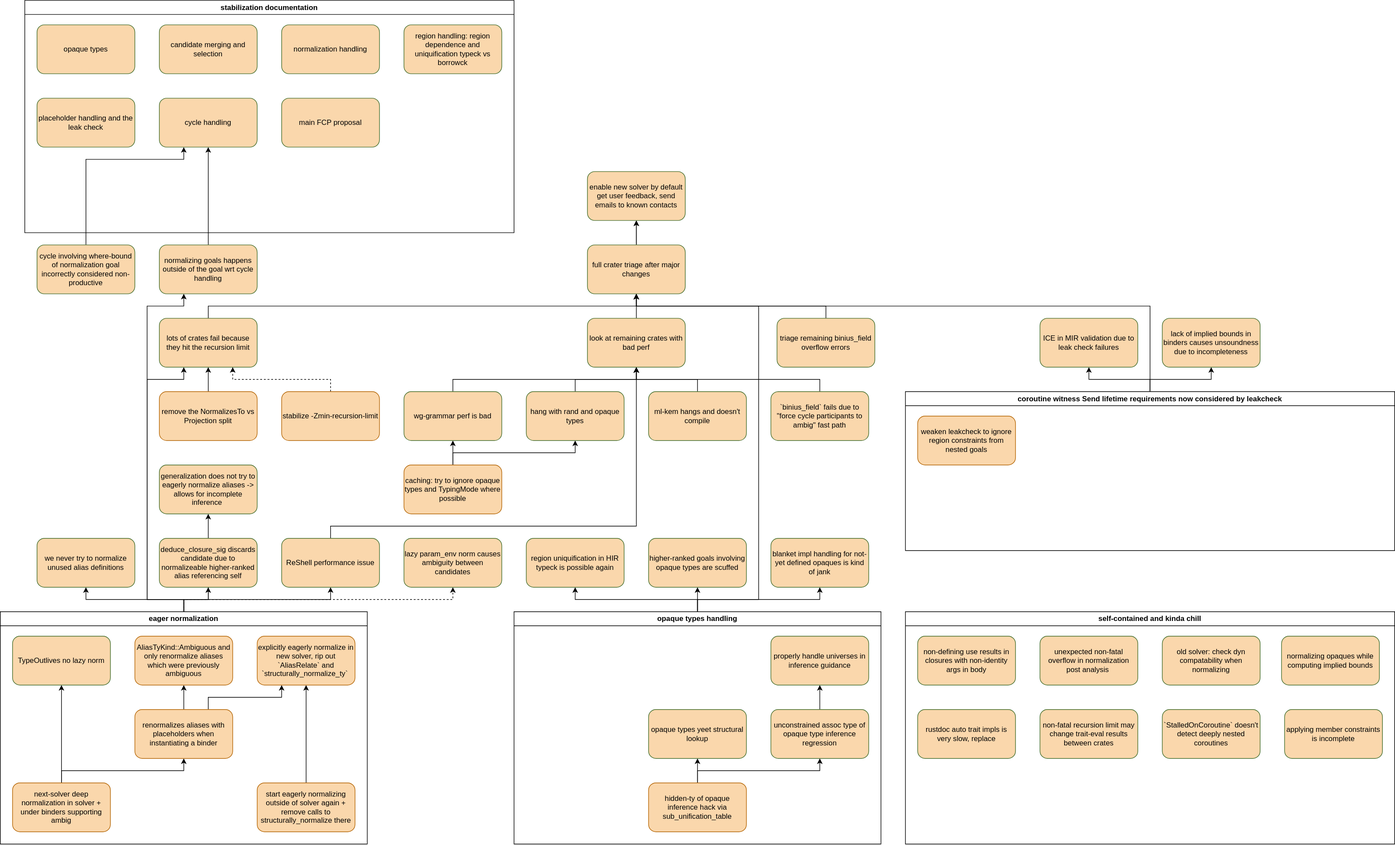
This is next-solver.svg from hexcatnl/roadmap, a draw.io export, as it was before one commit. Source tidied: cells renumbered, new cells last; positions are measured from the earlier drawing's top-left corner, leaving out a move shared by most shapes.
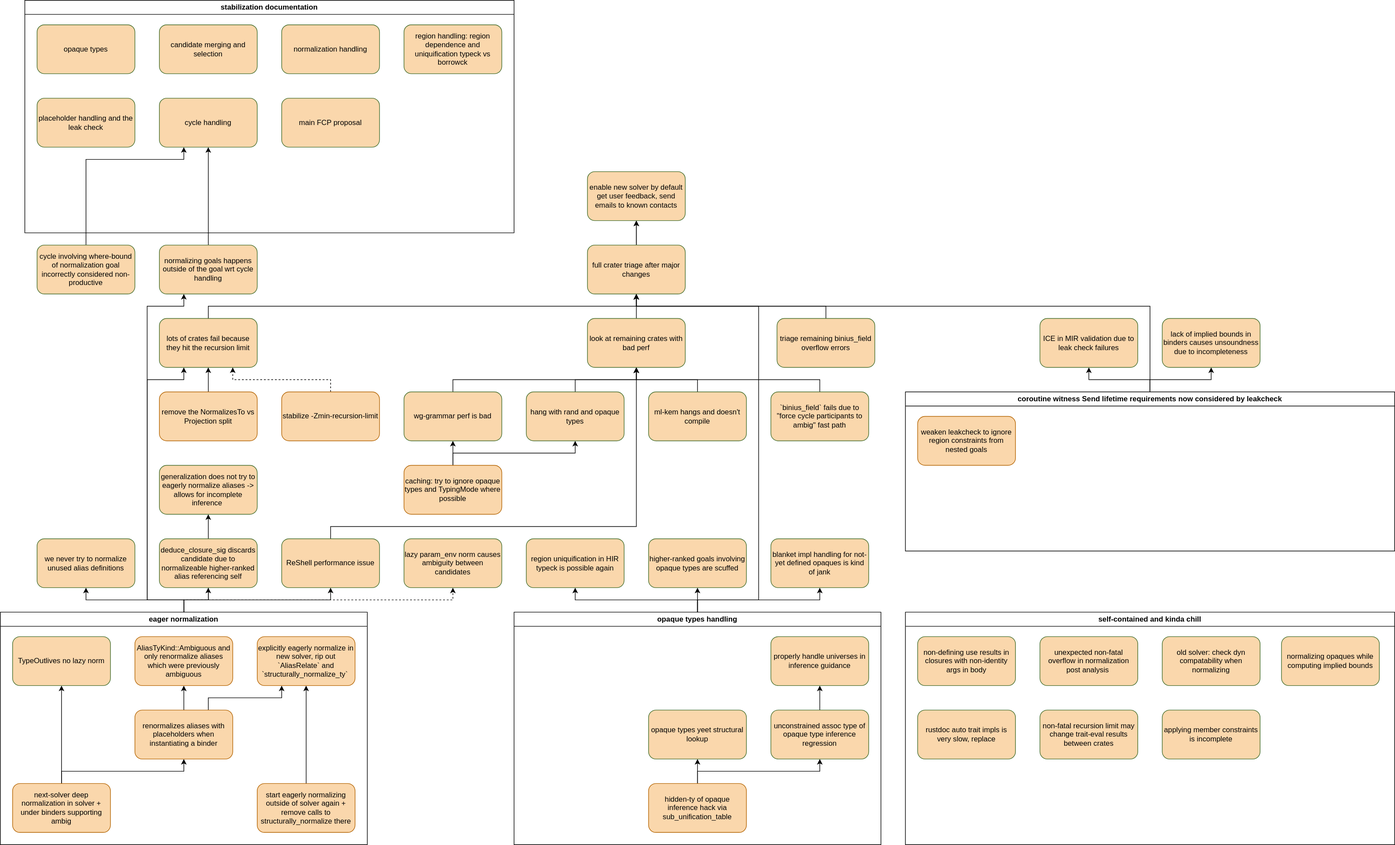
After the commit.

Commit message:
stalled coroutines is done

What changed in the source:
```diff
@@ -243,9 +243,6 @@
     <mxCell id="67" value="&lt;a href=&quot;https://github.com/rust-lang/trait-system-refactor-initiative/issues/258&quot;&gt;non-fatal recursion limit may change trait-eval results between crates&lt;/a&gt;" style="rounded=1;whiteSpace=wrap;html=1;fillColor=light-dark(#FAD7AC,#446E2C);strokeColor=light-dark(#446E2C,#D7817E);" parent="64" vertex="1">
       <mxGeometry x="220" y="160" width="160" height="80" as="geometry" />
     </mxCell>
-    <mxCell id="68" value="&lt;a href=&quot;https://github.com/rust-lang/trait-system-refactor-initiative/issues/270&quot;&gt;`StalledOnCoroutine` doesn't detect deeply nested coroutines&lt;/a&gt;" style="rounded=1;whiteSpace=wrap;html=1;fillColor=light-dark(#FAD7AC,#446E2C);strokeColor=light-dark(#446E2C,#D7817E);" parent="64" vertex="1">
-      <mxGeometry x="420" y="160" width="160" height="80" as="geometry" />
-    </mxCell>
     <mxCell id="69" value="&lt;a href=&quot;https://github.com/rust-lang/trait-system-refactor-initiative/issues/269&quot;&gt;old solver: check dyn compatability when normalizing&lt;/a&gt;" style="rounded=1;whiteSpace=wrap;html=1;fillColor=light-dark(#FAD7AC,#446E2C);strokeColor=light-dark(#446E2C,#D7817E);" parent="64" vertex="1">
       <mxGeometry x="420" y="40" width="160" height="80" as="geometry" />
     </mxCell>
@@ -256,7 +253,7 @@
       <mxGeometry x="20" y="40" width="160" height="80" as="geometry" />
     </mxCell>
     <mxCell id="72" value="&lt;a href=&quot;https://github.com/rust-lang/trait-system-refactor-initiative/issues/227&quot;&gt;applying member constraints is incomplete&lt;/a&gt;" style="rounded=1;whiteSpace=wrap;html=1;fillColor=light-dark(#FAD7AC,#666666);strokeColor=light-dark(#446E2C,#D7817E);" parent="64" vertex="1">
-      <mxGeometry x="620" y="160" width="160" height="80" as="geometry" />
+      <mxGeometry x="420" y="160" width="160" height="80" as="geometry" />
     </mxCell>
     <mxCell id="73" style="edgeStyle=orthogonalEdgeStyle;rounded=0;jettySize=auto;html=1;exitX=0.5;exitY=0;exitDx=0;exitDy=0;entryX=0.5;entryY=1;entryDx=0;entryDy=0;" parent="1" edge="1" source="76" target="51">
       <mxGeometry relative="1" as="geometry">
```
